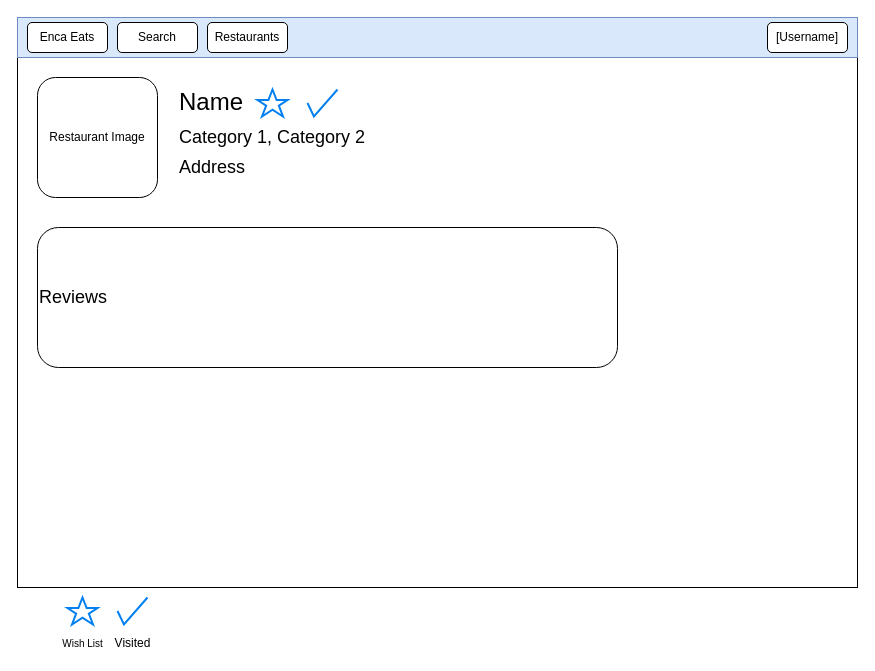
The draw.io diagram page "Restaurant Page" (5 of 5) of Wireframes/Initial Diagram.drawio in fergesch/Enca-Eats-frontend, before the edit. Source tidied: cells renumbered, new cells numbered last; positions are measured from the earlier drawing's top-left corner, leaving out a move shared by most shapes. Both pictures are drawn from the tidied source at 100%, with x=0, y=0 at pixel (17, 17).
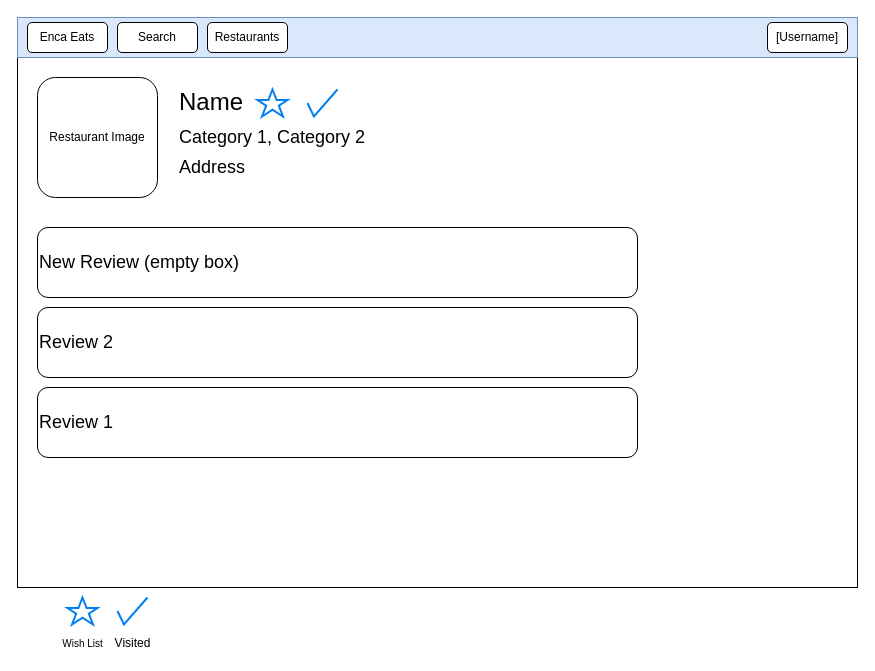
Above is the later version.

Diff of the diagram source:
```diff
@@
 <mxGraphModel>
   <root>
     <mxCell id="0" />
     <mxCell id="1" parent="0" />
     <mxCell id="2" style="rounded=0;whiteSpace=wrap;html=1;" parent="1" vertex="1">
       <mxGeometry width="840" height="570" as="geometry" />
     </mxCell>
     <mxCell id="3" style="rounded=0;whiteSpace=wrap;html=1;fillColor=#dae8fc;strokeColor=#6c8ebf;" parent="1" vertex="1">
       <mxGeometry width="840" height="40" as="geometry" />
     </mxCell>
     <mxCell id="4" value="Enca Eats" style="rounded=1;whiteSpace=wrap;html=1;" parent="1" vertex="1">
       <mxGeometry x="10" y="5" width="80" height="30" as="geometry" />
     </mxCell>
     <mxCell id="5" value="Search" style="rounded=1;whiteSpace=wrap;html=1;" parent="1" vertex="1">
       <mxGeometry x="100" y="5" width="80" height="30" as="geometry" />
     </mxCell>
     <mxCell id="6" value="Restaurants" style="rounded=1;whiteSpace=wrap;html=1;" parent="1" vertex="1">
       <mxGeometry x="190" y="5" width="80" height="30" as="geometry" />
     </mxCell>
     <mxCell id="7" value="[Username]" style="rounded=1;whiteSpace=wrap;html=1;" parent="1" vertex="1">
       <mxGeometry x="750" y="5" width="80" height="30" as="geometry" />
     </mxCell>
     <mxCell id="8" value="&lt;div style=&quot;&quot;&gt;&lt;span&gt;Restaurant Image&lt;/span&gt;&lt;/div&gt;" style="rounded=1;whiteSpace=wrap;html=1;align=center;" parent="1" vertex="1">
       <mxGeometry x="20" y="60" width="120" height="120" as="geometry" />
     </mxCell>
     <mxCell id="9" value="Name" style="text;html=1;strokeColor=none;fillColor=none;align=left;verticalAlign=middle;whiteSpace=wrap;rounded=0;fontSize=24;" parent="1" vertex="1">
       <mxGeometry x="160" y="60" width="70" height="50" as="geometry" />
     </mxCell>
     <mxCell id="10" value="Address" style="text;html=1;strokeColor=none;fillColor=none;align=left;verticalAlign=middle;whiteSpace=wrap;rounded=0;fontSize=18;" parent="1" vertex="1">
       <mxGeometry x="160" y="130" width="110" height="40" as="geometry" />
     </mxCell>
     <mxCell id="11" value="Category 1, Category 2" style="text;html=1;strokeColor=none;fillColor=none;align=left;verticalAlign=middle;whiteSpace=wrap;rounded=0;fontSize=18;" parent="1" vertex="1">
       <mxGeometry x="160" y="110" width="250" height="20" as="geometry" />
     </mxCell>
     <mxCell id="12" style="html=1;verticalLabelPosition=bottom;align=center;labelBackgroundColor=#ffffff;verticalAlign=top;strokeWidth=2;strokeColor=#0080F0;shadow=0;dashed=0;shape=mxgraph.ios7.icons.star;rounded=0;fontSize=18;" parent="1" vertex="1">
       <mxGeometry x="240" y="72" width="30" height="27" as="geometry" />
     </mxCell>
     <mxCell id="13" style="html=1;verticalLabelPosition=bottom;labelBackgroundColor=#ffffff;verticalAlign=top;shadow=0;dashed=0;strokeWidth=2;shape=mxgraph.ios7.misc.check;strokeColor=#0080f0;rounded=0;fontSize=18;align=left;" parent="1" vertex="1">
       <mxGeometry x="290" y="72" width="30" height="27" as="geometry" />
     </mxCell>
     <mxCell id="14" value="&lt;font size=&quot;1&quot;&gt;Wish List&lt;br&gt;&lt;/font&gt;" style="html=1;verticalLabelPosition=bottom;align=center;labelBackgroundColor=#ffffff;verticalAlign=top;strokeWidth=2;strokeColor=#0080F0;shadow=0;dashed=0;shape=mxgraph.ios7.icons.star;rounded=0;fontSize=18;" parent="1" vertex="1">
       <mxGeometry x="50" y="580" width="30" height="27" as="geometry" />
     </mxCell>
     <mxCell id="15" value="&lt;font style=&quot;font-size: 12px&quot;&gt;Visited&lt;/font&gt;" style="html=1;verticalLabelPosition=bottom;labelBackgroundColor=#ffffff;verticalAlign=top;shadow=0;dashed=0;strokeWidth=2;shape=mxgraph.ios7.misc.check;strokeColor=#0080f0;rounded=0;fontSize=18;align=center;" parent="1" vertex="1">
       <mxGeometry x="100" y="580" width="30" height="27" as="geometry" />
     </mxCell>
-    <mxCell id="16" value="Reviews" style="rounded=1;whiteSpace=wrap;html=1;fontSize=18;align=left;" parent="1" vertex="1">
-      <mxGeometry x="20" y="210" width="580" height="140" as="geometry" />
+    <mxCell id="16" value="Review 2" style="rounded=1;whiteSpace=wrap;html=1;fontSize=18;align=left;" parent="1" vertex="1">
+      <mxGeometry x="20" y="290" width="600" height="70" as="geometry" />
     </mxCell>
+    <mxCell id="17" value="Review 1" style="rounded=1;whiteSpace=wrap;html=1;fontSize=18;align=left;" parent="1" vertex="1">
+      <mxGeometry x="20" y="370" width="600" height="70" as="geometry" />
+    </mxCell>
+    <mxCell id="18" value="New Review (empty box)" style="rounded=1;whiteSpace=wrap;html=1;fontSize=18;align=left;" parent="1" vertex="1">
+      <mxGeometry x="20" y="210" width="600" height="70" as="geometry" />
+    </mxCell>
   </root>
 </mxGraphModel>
```
